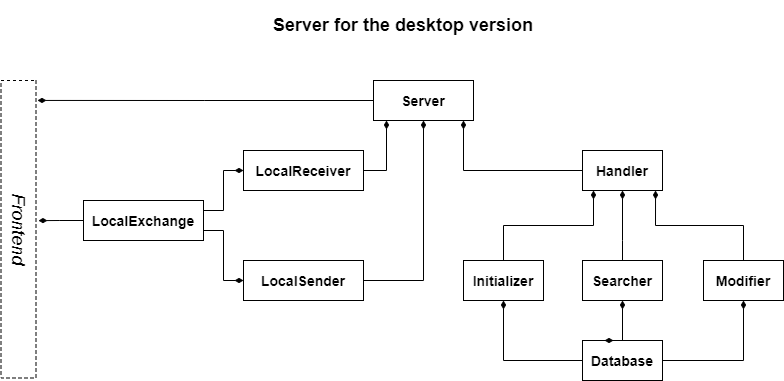
Above: Assets/local-server.png in Psyhich/eleks_camp_project (draw.io), before the change. Source tidied: cells renumbered, new cells last; positions are measured from the earlier drawing's top-left corner, leaving out a move shared by most shapes. Source of this version:
```xml
<mxGraphModel>
  <root>
    <mxCell id="0" />
    <mxCell id="1" parent="0" />
    <mxCell id="2" value="&lt;font style=&quot;font-size: 18px&quot;&gt;&lt;b&gt;Server for the desktop version&lt;/b&gt;&lt;/font&gt;" style="text;html=1;strokeColor=none;fillColor=none;align=center;verticalAlign=middle;whiteSpace=wrap;rounded=0;" parent="1" vertex="1">
      <mxGeometry x="389" width="290" height="50" as="geometry" />
    </mxCell>
    <mxCell id="3" style="group;" parent="1" vertex="1">
      <mxGeometry x="131.5" y="80" width="782.5" height="300" as="geometry" />
    </mxCell>
    <mxCell id="4" value="&lt;font size=&quot;1&quot;&gt;&lt;b style=&quot;font-size: 14px&quot;&gt;Server&lt;/b&gt;&lt;/font&gt;" style="text;html=1;fillColor=none;align=center;verticalAlign=middle;whiteSpace=wrap;rounded=0;strokeColor=#000000;" parent="3" vertex="1">
      <mxGeometry x="372.5" width="100" height="40" as="geometry" />
    </mxCell>
    <mxCell id="5" style="edgeStyle=orthogonalEdgeStyle;rounded=0;jettySize=auto;html=1;exitX=0;exitY=0.5;exitDx=0;exitDy=0;endArrow=diamondThin;endFill=1;" parent="3" edge="1" source="6">
      <mxGeometry relative="1" as="geometry">
        <mxPoint x="462.5" y="40" as="targetPoint" />
      </mxGeometry>
    </mxCell>
    <mxCell id="6" value="&lt;font size=&quot;1&quot;&gt;&lt;b style=&quot;font-size: 14px&quot;&gt;Handler&lt;br&gt;&lt;/b&gt;&lt;/font&gt;" style="text;html=1;fillColor=none;align=center;verticalAlign=middle;whiteSpace=wrap;rounded=0;strokeColor=#000000;" parent="3" vertex="1">
      <mxGeometry x="581.5" y="70" width="80" height="40" as="geometry" />
    </mxCell>
    <mxCell id="7" style="edgeStyle=orthogonalEdgeStyle;rounded=0;jettySize=auto;html=1;exitX=0.5;exitY=0;exitDx=0;exitDy=0;endArrow=diamondThin;endFill=1;" parent="3" edge="1" source="8">
      <mxGeometry relative="1" as="geometry">
        <mxPoint x="592.5" y="110" as="targetPoint" />
      </mxGeometry>
    </mxCell>
    <mxCell id="8" value="&lt;font size=&quot;1&quot;&gt;&lt;b style=&quot;font-size: 14px&quot;&gt;Initializer&lt;br&gt;&lt;/b&gt;&lt;/font&gt;" style="text;html=1;fillColor=none;align=center;verticalAlign=middle;whiteSpace=wrap;rounded=0;strokeColor=#000000;" parent="3" vertex="1">
      <mxGeometry x="462.5" y="180" width="80" height="40" as="geometry" />
    </mxCell>
    <mxCell id="9" style="edgeStyle=orthogonalEdgeStyle;rounded=0;jettySize=auto;html=1;exitX=0.5;exitY=0;exitDx=0;exitDy=0;entryX=0.5;entryY=1;entryDx=0;entryDy=0;endArrow=diamondThin;endFill=1;" parent="3" edge="1" source="10" target="6">
      <mxGeometry x="62.5" as="geometry">
        <Array as="points">
          <mxPoint x="621.5" y="160" />
          <mxPoint x="621.5" y="160" />
        </Array>
      </mxGeometry>
    </mxCell>
    <mxCell id="10" value="&lt;font size=&quot;1&quot;&gt;&lt;b style=&quot;font-size: 14px&quot;&gt;Searcher&lt;br&gt;&lt;/b&gt;&lt;/font&gt;" style="text;html=1;fillColor=none;align=center;verticalAlign=middle;whiteSpace=wrap;rounded=0;strokeColor=#000000;" parent="3" vertex="1">
      <mxGeometry x="581.5" y="180" width="80" height="40" as="geometry" />
    </mxCell>
    <mxCell id="11" style="edgeStyle=orthogonalEdgeStyle;rounded=0;jettySize=auto;html=1;exitX=0.5;exitY=0;exitDx=0;exitDy=0;entryX=0.913;entryY=1;entryDx=0;entryDy=0;entryPerimeter=0;endArrow=diamondThin;endFill=1;" parent="3" edge="1" source="12" target="6">
      <mxGeometry x="62.5" as="geometry" />
    </mxCell>
    <mxCell id="12" value="&lt;font size=&quot;1&quot;&gt;&lt;b style=&quot;font-size: 14px&quot;&gt;Modifier&lt;br&gt;&lt;/b&gt;&lt;/font&gt;" style="text;html=1;fillColor=none;align=center;verticalAlign=middle;whiteSpace=wrap;rounded=0;strokeColor=#000000;" parent="3" vertex="1">
      <mxGeometry x="702.5" y="180" width="80" height="40" as="geometry" />
    </mxCell>
    <mxCell id="13" style="edgeStyle=orthogonalEdgeStyle;rounded=0;jettySize=auto;html=1;exitX=0;exitY=0.5;exitDx=0;exitDy=0;entryX=0.5;entryY=1;entryDx=0;entryDy=0;endArrow=diamondThin;endFill=1;" parent="3" edge="1" source="17" target="8">
      <mxGeometry x="62.5" as="geometry" />
    </mxCell>
    <mxCell id="14" style="edgeStyle=orthogonalEdgeStyle;rounded=0;jettySize=auto;html=1;exitX=0.5;exitY=0;exitDx=0;exitDy=0;entryX=0.5;entryY=1;entryDx=0;entryDy=0;endArrow=diamondThin;endFill=1;" parent="3" edge="1" source="17" target="10">
      <mxGeometry x="62.5" as="geometry" />
    </mxCell>
    <mxCell id="15" style="edgeStyle=orthogonalEdgeStyle;rounded=0;jettySize=auto;html=1;exitX=1;exitY=0.5;exitDx=0;exitDy=0;entryX=0.5;entryY=1;entryDx=0;entryDy=0;endArrow=diamondThin;endFill=1;" parent="3" edge="1" source="17" target="12">
      <mxGeometry x="62.5" as="geometry" />
    </mxCell>
    <mxCell id="16" style="edgeStyle=orthogonalEdgeStyle;rounded=0;jettySize=auto;html=1;exitX=0.25;exitY=0;exitDx=0;exitDy=0;endArrow=diamondThin;endFill=1;" parent="3" edge="1" source="17">
      <mxGeometry relative="1" as="geometry">
        <mxPoint x="612.5" y="260" as="targetPoint" />
      </mxGeometry>
    </mxCell>
    <mxCell id="17" value="&lt;font size=&quot;1&quot;&gt;&lt;b style=&quot;font-size: 14px&quot;&gt;Database&lt;br&gt;&lt;/b&gt;&lt;/font&gt;" style="text;html=1;fillColor=none;align=center;verticalAlign=middle;whiteSpace=wrap;rounded=0;strokeColor=#000000;" parent="3" vertex="1">
      <mxGeometry x="581.5" y="260" width="80" height="40" as="geometry" />
    </mxCell>
    <mxCell id="18" style="edgeStyle=orthogonalEdgeStyle;rounded=0;jettySize=auto;html=1;exitX=1;exitY=0.5;exitDx=0;exitDy=0;endArrow=diamondThin;endFill=1;" parent="3" edge="1" source="19">
      <mxGeometry x="62.5" as="geometry">
        <mxPoint x="385.5" y="40" as="targetPoint" />
      </mxGeometry>
    </mxCell>
    <mxCell id="19" value="&lt;font size=&quot;1&quot;&gt;&lt;b style=&quot;font-size: 14px&quot;&gt;LocalReceiver&lt;/b&gt;&lt;/font&gt;" style="text;html=1;fillColor=none;align=center;verticalAlign=middle;whiteSpace=wrap;rounded=0;strokeColor=#000000;" parent="3" vertex="1">
      <mxGeometry x="242.5" y="70" width="120" height="40" as="geometry" />
    </mxCell>
    <mxCell id="20" style="edgeStyle=orthogonalEdgeStyle;rounded=0;jettySize=auto;html=1;exitX=1;exitY=0.5;exitDx=0;exitDy=0;entryX=0.5;entryY=1;entryDx=0;entryDy=0;endArrow=diamondThin;endFill=1;" parent="3" edge="1" source="21" target="4">
      <mxGeometry relative="1" as="geometry" />
    </mxCell>
    <mxCell id="21" value="&lt;font size=&quot;1&quot;&gt;&lt;b style=&quot;font-size: 14px&quot;&gt;LocalSender&lt;/b&gt;&lt;/font&gt;" style="text;html=1;fillColor=none;align=center;verticalAlign=middle;whiteSpace=wrap;rounded=0;strokeColor=#000000;" parent="3" vertex="1">
      <mxGeometry x="242.5" y="180" width="120" height="40" as="geometry" />
    </mxCell>
    <mxCell id="22" style="edgeStyle=orthogonalEdgeStyle;rounded=0;jettySize=auto;html=1;entryX=0;entryY=0.5;entryDx=0;entryDy=0;endArrow=diamondThin;endFill=1;exitX=1;exitY=0.75;exitDx=0;exitDy=0;" parent="3" edge="1" source="24" target="21">
      <mxGeometry x="62.5" as="geometry">
        <Array as="points">
          <mxPoint x="222.5" y="150" />
          <mxPoint x="222.5" y="200" />
        </Array>
      </mxGeometry>
    </mxCell>
    <mxCell id="23" style="edgeStyle=orthogonalEdgeStyle;rounded=0;jettySize=auto;html=1;exitX=1;exitY=0.25;exitDx=0;exitDy=0;entryX=0;entryY=0.5;entryDx=0;entryDy=0;endArrow=diamondThin;endFill=1;" parent="3" edge="1" source="24" target="19">
      <mxGeometry x="62.5" as="geometry" />
    </mxCell>
    <mxCell id="24" value="&lt;font size=&quot;1&quot;&gt;&lt;b style=&quot;font-size: 14px&quot;&gt;LocalExchange&lt;/b&gt;&lt;/font&gt;" style="text;html=1;fillColor=none;align=center;verticalAlign=middle;whiteSpace=wrap;rounded=0;strokeColor=#000000;" parent="3" vertex="1">
      <mxGeometry x="82.5" y="120" width="120" height="40" as="geometry" />
    </mxCell>
    <mxCell id="25" value="&lt;font size=&quot;1&quot;&gt;&lt;i style=&quot;font-size: 18px&quot;&gt;Frontend&lt;/i&gt;&lt;/font&gt;" style="text;html=1;fillColor=none;align=center;verticalAlign=middle;whiteSpace=wrap;rounded=0;rotation=90;strokeColor=#000000;dashed=1;" parent="3" vertex="1">
      <mxGeometry x="-131.2" y="131.2" width="297.5" height="35" as="geometry" />
    </mxCell>
    <mxCell id="26" style="edgeStyle=orthogonalEdgeStyle;rounded=0;jettySize=auto;html=1;exitX=0;exitY=0.5;exitDx=0;exitDy=0;entryX=0.067;entryY=-0.043;entryDx=0;entryDy=0;entryPerimeter=0;endArrow=diamondThin;endFill=1;" parent="3" edge="1" source="4" target="25">
      <mxGeometry relative="1" as="geometry" />
    </mxCell>
    <mxCell id="27" style="edgeStyle=orthogonalEdgeStyle;rounded=0;jettySize=auto;html=1;exitX=0;exitY=0.5;exitDx=0;exitDy=0;entryX=0.471;entryY=-0.071;entryDx=0;entryDy=0;endArrow=diamondThin;endFill=1;entryPerimeter=0;" parent="3" edge="1" source="24" target="25">
      <mxGeometry relative="1" as="geometry" />
    </mxCell>
  </root>
</mxGraphModel>
```
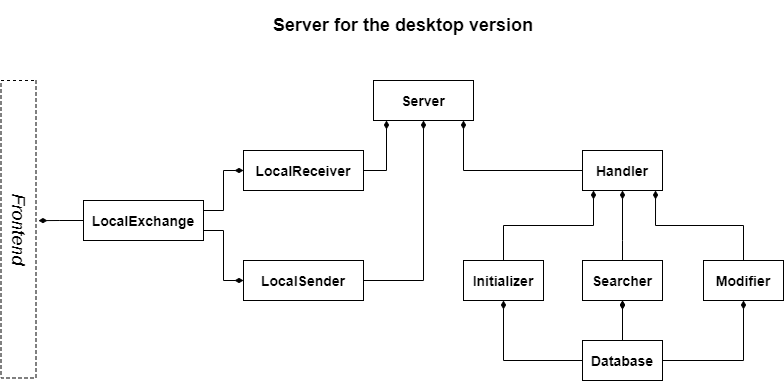
Later version of the same file.

Change to the diagram source:
```diff
@@ -53,11 +53,9 @@
     <mxCell id="15" style="edgeStyle=orthogonalEdgeStyle;rounded=0;jettySize=auto;html=1;exitX=1;exitY=0.5;exitDx=0;exitDy=0;entryX=0.5;entryY=1;entryDx=0;entryDy=0;endArrow=diamondThin;endFill=1;" parent="3" edge="1" source="17" target="12">
       <mxGeometry x="62.5" as="geometry" />
     </mxCell>
-    <mxCell id="16" style="edgeStyle=orthogonalEdgeStyle;rounded=0;jettySize=auto;html=1;exitX=0.25;exitY=0;exitDx=0;exitDy=0;endArrow=diamondThin;endFill=1;" parent="3" edge="1" source="17">
-      <mxGeometry relative="1" as="geometry">
-        <mxPoint x="612.5" y="260" as="targetPoint" />
-      </mxGeometry>
-    </mxCell>
+    <mxCell id="28" style="edgeStyle=orthogonalEdgeStyle;rounded=0;jettySize=auto;html=1;endArrow=diamondThin;endFill=1;" parent="3" edge="1" source="17" target="10">
+      <mxGeometry relative="1" as="geometry" />
+    </mxCell>
     <mxCell id="17" value="&lt;font size=&quot;1&quot;&gt;&lt;b style=&quot;font-size: 14px&quot;&gt;Database&lt;br&gt;&lt;/b&gt;&lt;/font&gt;" style="text;html=1;fillColor=none;align=center;verticalAlign=middle;whiteSpace=wrap;rounded=0;strokeColor=#000000;" parent="3" vertex="1">
       <mxGeometry x="581.5" y="260" width="80" height="40" as="geometry" />
     </mxCell>
@@ -92,9 +90,6 @@
     <mxCell id="25" value="&lt;font size=&quot;1&quot;&gt;&lt;i style=&quot;font-size: 18px&quot;&gt;Frontend&lt;/i&gt;&lt;/font&gt;" style="text;html=1;fillColor=none;align=center;verticalAlign=middle;whiteSpace=wrap;rounded=0;rotation=90;strokeColor=#000000;dashed=1;" parent="3" vertex="1">
       <mxGeometry x="-131.2" y="131.2" width="297.5" height="35" as="geometry" />
     </mxCell>
-    <mxCell id="26" style="edgeStyle=orthogonalEdgeStyle;rounded=0;jettySize=auto;html=1;exitX=0;exitY=0.5;exitDx=0;exitDy=0;entryX=0.067;entryY=-0.043;entryDx=0;entryDy=0;entryPerimeter=0;endArrow=diamondThin;endFill=1;" parent="3" edge="1" source="4" target="25">
-      <mxGeometry relative="1" as="geometry" />
-    </mxCell>
     <mxCell id="27" style="edgeStyle=orthogonalEdgeStyle;rounded=0;jettySize=auto;html=1;exitX=0;exitY=0.5;exitDx=0;exitDy=0;entryX=0.471;entryY=-0.071;entryDx=0;entryDy=0;endArrow=diamondThin;endFill=1;entryPerimeter=0;" parent="3" edge="1" source="24" target="25">
       <mxGeometry relative="1" as="geometry" />
     </mxCell>
```
